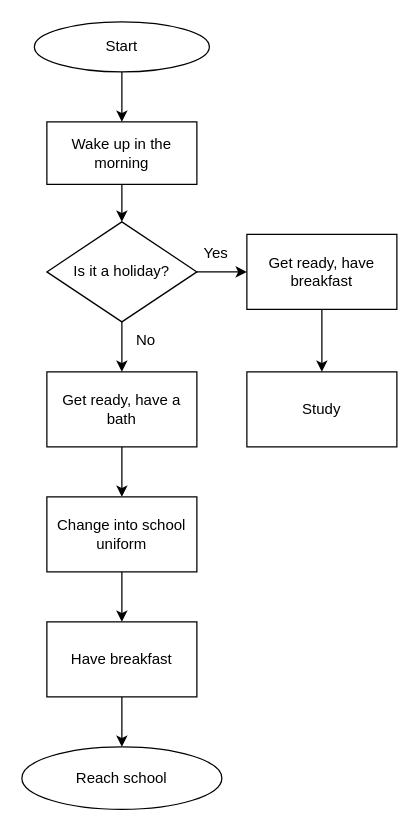
Before: Untitled Diagram.drawio in amyra2013/Codingal, a draw.io diagram. Source tidied: cells renumbered, new cells numbered last; positions are measured from the earlier drawing's top-left corner, leaving out a move shared by most shapes. Both pictures are drawn from the tidied source at 125%, with x=0, y=0 at pixel (21, 21).
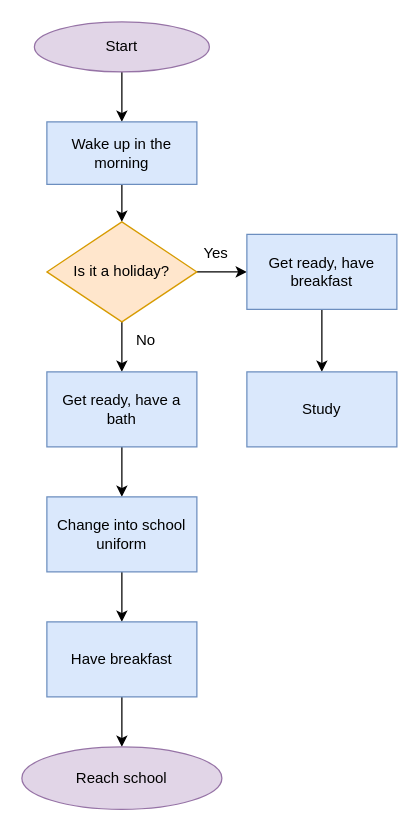
The same page after the edit.

Diff of the diagram source:
```diff
@@
-    <mxCell id="3" value="Start" style="ellipse;whiteSpace=wrap;html=1;" parent="1" vertex="1">
+    <mxCell id="3" value="Start" style="ellipse;whiteSpace=wrap;html=1;fillColor=#e1d5e7;strokeColor=#9673a6;" parent="1" vertex="1">
       <mxGeometry x="10" width="140" height="40" as="geometry" />
     </mxCell>
@@
-    <mxCell id="5" value="Wake up in the morning" style="rounded=0;whiteSpace=wrap;html=1;" parent="1" vertex="1">
+    <mxCell id="5" value="Wake up in the morning" style="rounded=0;whiteSpace=wrap;html=1;fillColor=#dae8fc;strokeColor=#6c8ebf;" parent="1" vertex="1">
       <mxGeometry x="20" y="80" width="120" height="50" as="geometry" />
     </mxCell>
@@
-    <mxCell id="8" value="Is it a holiday?" style="rhombus;whiteSpace=wrap;html=1;" parent="1" vertex="1">
+    <mxCell id="8" value="Is it a holiday?" style="rhombus;whiteSpace=wrap;html=1;fillColor=#ffe6cc;strokeColor=#d79b00;" parent="1" vertex="1">
       <mxGeometry x="20" y="160" width="120" height="80" as="geometry" />
     </mxCell>
@@
-    <mxCell id="10" value="Get ready, have breakfast" style="whiteSpace=wrap;html=1;" parent="1" vertex="1">
+    <mxCell id="10" value="Get ready, have breakfast" style="whiteSpace=wrap;html=1;fillColor=#dae8fc;strokeColor=#6c8ebf;" parent="1" vertex="1">
       <mxGeometry x="180" y="170" width="120" height="60" as="geometry" />
     </mxCell>
@@
-    <mxCell id="14" value="Get ready, have a bath" style="rounded=0;whiteSpace=wrap;html=1;" parent="1" vertex="1">
+    <mxCell id="14" value="Get ready, have a bath" style="rounded=0;whiteSpace=wrap;html=1;fillColor=#dae8fc;strokeColor=#6c8ebf;" parent="1" vertex="1">
       <mxGeometry x="20" y="280" width="120" height="60" as="geometry" />
     </mxCell>
@@
-    <mxCell id="16" value="Change into school uniform" style="rounded=0;whiteSpace=wrap;html=1;" parent="1" vertex="1">
+    <mxCell id="16" value="Change into school uniform" style="rounded=0;whiteSpace=wrap;html=1;fillColor=#dae8fc;strokeColor=#6c8ebf;" parent="1" vertex="1">
       <mxGeometry x="20" y="380" width="120" height="60" as="geometry" />
     </mxCell>
@@
-    <mxCell id="18" value="Have breakfast" style="rounded=0;whiteSpace=wrap;html=1;" parent="1" vertex="1">
+    <mxCell id="18" value="Have breakfast" style="rounded=0;whiteSpace=wrap;html=1;fillColor=#dae8fc;strokeColor=#6c8ebf;" parent="1" vertex="1">
       <mxGeometry x="20" y="480" width="120" height="60" as="geometry" />
     </mxCell>
-    <mxCell id="19" value="Reach school" style="ellipse;whiteSpace=wrap;html=1;" parent="1" vertex="1">
+    <mxCell id="19" value="Reach school" style="ellipse;whiteSpace=wrap;html=1;fillColor=#e1d5e7;strokeColor=#9673a6;" parent="1" vertex="1">
       <mxGeometry y="580" width="160" height="50" as="geometry" />
     </mxCell>
-    <mxCell id="20" value="Study" style="rounded=0;whiteSpace=wrap;html=1;" parent="1" vertex="1">
+    <mxCell id="20" value="Study" style="rounded=0;whiteSpace=wrap;html=1;fillColor=#dae8fc;strokeColor=#6c8ebf;" parent="1" vertex="1">
       <mxGeometry x="180" y="280" width="120" height="60" as="geometry" />
     </mxCell>
```
